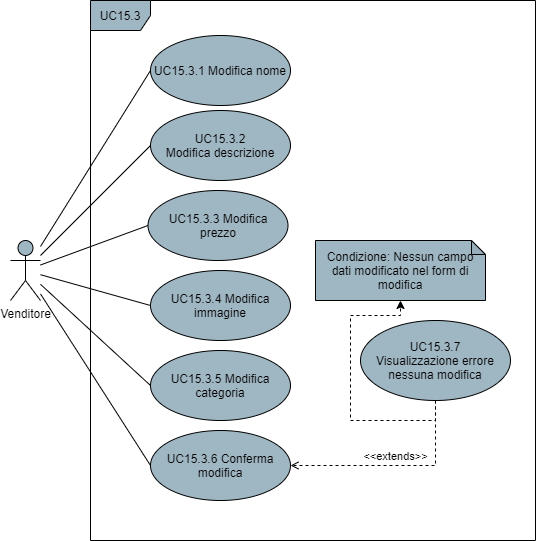
Above: DocumentazioneEsterna/AnalisiDeiRequisiti/res/UseCase/Immagini/ModificaProdotto.png in Omicron-Team/Documentazione (draw.io), before the change. Source tidied: cells renumbered, new cells last; positions are measured from the earlier drawing's top-left corner, leaving out a move shared by most shapes.
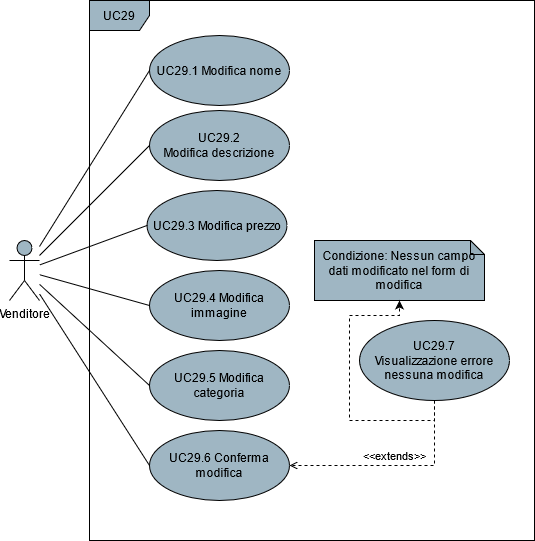
The same file after the commit.

Diff of the diagram source:
```diff
@@ -20,28 +20,28 @@
     <mxCell id="7" value="Venditore" style="shape=umlActor;verticalLabelPosition=bottom;verticalAlign=top;html=1;fillColor=#9FB6C3;" parent="1" vertex="1">
       <mxGeometry y="240" width="30" height="60" as="geometry" />
     </mxCell>
-    <mxCell id="8" value="UC15.3" style="shape=umlFrame;whiteSpace=wrap;html=1;fillColor=#9FB6C3;" parent="1" vertex="1">
+    <mxCell id="8" value="UC29" style="shape=umlFrame;whiteSpace=wrap;html=1;fillColor=#9FB6C3;" parent="1" vertex="1">
       <mxGeometry x="80" width="445" height="540" as="geometry" />
     </mxCell>
-    <mxCell id="9" value="UC15.3.1 Modifica nome" style="ellipse;whiteSpace=wrap;html=1;fillColor=#9FB6C3;" parent="1" vertex="1">
+    <mxCell id="9" value="UC29.1 Modifica nome" style="ellipse;whiteSpace=wrap;html=1;fillColor=#9FB6C3;" parent="1" vertex="1">
       <mxGeometry x="140" y="35" width="140" height="70" as="geometry" />
     </mxCell>
-    <mxCell id="10" value="UC15.3.2 Modifica&amp;nbsp;descrizione" style="ellipse;whiteSpace=wrap;html=1;fillColor=#9FB6C3;" parent="1" vertex="1">
+    <mxCell id="10" value="UC29.2 Modifica&amp;nbsp;descrizione" style="ellipse;whiteSpace=wrap;html=1;fillColor=#9FB6C3;" parent="1" vertex="1">
       <mxGeometry x="140" y="110" width="140" height="70" as="geometry" />
     </mxCell>
-    <mxCell id="11" value="UC15.3.3 Modifica prezzo" style="ellipse;whiteSpace=wrap;html=1;fillColor=#9FB6C3;" parent="1" vertex="1">
+    <mxCell id="11" value="UC29.3 Modifica prezzo" style="ellipse;whiteSpace=wrap;html=1;fillColor=#9FB6C3;" parent="1" vertex="1">
       <mxGeometry x="137.5" y="190" width="140" height="70" as="geometry" />
     </mxCell>
-    <mxCell id="12" value="UC15.3.4 Modifica immagine" style="ellipse;whiteSpace=wrap;html=1;fillColor=#9FB6C3;" parent="1" vertex="1">
+    <mxCell id="12" value="UC29.4 Modifica immagine" style="ellipse;whiteSpace=wrap;html=1;fillColor=#9FB6C3;" parent="1" vertex="1">
       <mxGeometry x="140" y="270" width="140" height="70" as="geometry" />
     </mxCell>
-    <mxCell id="13" value="UC15.3.6 Conferma modifica" style="ellipse;whiteSpace=wrap;html=1;fillColor=#9FB6C3;" parent="1" vertex="1">
+    <mxCell id="13" value="UC29.6 Conferma modifica" style="ellipse;whiteSpace=wrap;html=1;fillColor=#9FB6C3;" parent="1" vertex="1">
       <mxGeometry x="140" y="430" width="140" height="70" as="geometry" />
     </mxCell>
     <mxCell id="14" value="&amp;lt;&amp;lt;extends&amp;gt;&amp;gt;" style="edgeStyle=orthogonalEdgeStyle;rounded=0;jettySize=auto;html=1;exitX=0.5;exitY=1;exitDx=0;exitDy=0;entryX=1;entryY=0.5;entryDx=0;entryDy=0;endArrow=open;endFill=0;dashed=1;verticalAlign=bottom;align=center;" parent="1" edge="1" source="15" target="13">
       <mxGeometry relative="1" as="geometry" />
     </mxCell>
-    <mxCell id="15" value="UC15.3.7 Visualizzazione&amp;nbsp;errore nessuna modifica" style="ellipse;whiteSpace=wrap;html=1;fillColor=#9FB6C3;" parent="1" vertex="1">
+    <mxCell id="15" value="UC29.7 Visualizzazione&amp;nbsp;errore nessuna modifica" style="ellipse;whiteSpace=wrap;html=1;fillColor=#9FB6C3;" parent="1" vertex="1">
       <mxGeometry x="350" y="320" width="150" height="80" as="geometry" />
     </mxCell>
     <mxCell id="16" value="Condizione: Nessun campo dati modificato nel form di modifica" style="shape=note;whiteSpace=wrap;html=1;backgroundOutline=1;darkOpacity=0.05;size=14;fillColor=#9FB6C3;" parent="1" vertex="1">
@@ -57,7 +57,7 @@
         </Array>
       </mxGeometry>
     </mxCell>
-    <mxCell id="18" value="UC15.3.5 Modifica categoria" style="ellipse;whiteSpace=wrap;html=1;fillColor=#9FB6C3;" parent="1" vertex="1">
+    <mxCell id="18" value="UC29.5 Modifica categoria" style="ellipse;whiteSpace=wrap;html=1;fillColor=#9FB6C3;" parent="1" vertex="1">
       <mxGeometry x="140" y="350" width="140" height="70" as="geometry" />
     </mxCell>
     <mxCell id="19" style="endArrow=none;html=1;exitX=0;exitY=0.5;exitDx=0;exitDy=0;" parent="1" edge="1" source="18" target="7">
```
